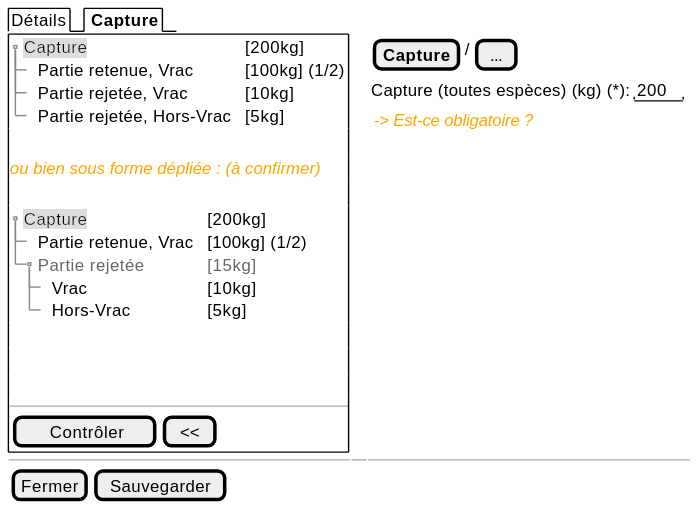
Above: projects/obsmer/spe/images/batch/batch-tree-control.svg in sumaris-net/sumaris-doc (PlantUML), before the change. Its source is kept beside it as projects/obsmer/spe/images/batch/batch-tree-control.puml.
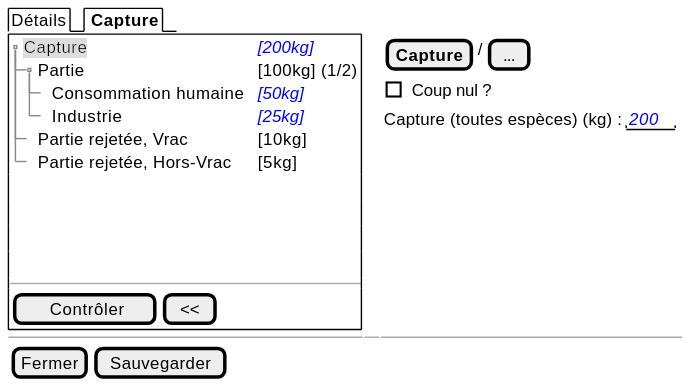
The same diagram one commit later.

Commit message:
enh(obsmer): Spe: add new screens for batch species

The edit, as a diff of the source:
```diff
@@ -3,21 +3,14 @@
   {/ Détails | <b> Capture }
   {+
     {T
-         + <back:#DDD>Capture         | [200kg]
-         ++ Partie retenue, Vrac      | [100kg] (1/2)
+         + <back:#DDD>Capture         | <i><color:blue>[200kg]
+         ++ Partie       | [100kg] (1/2)
+       +++ Consommation humaine | <i><color:blue>[50kg]
+       +++ Industrie | <i><color:blue>[25kg]
          ++ Partie rejetée, Vrac      | [10kg]
          ++ Partie rejetée, Hors-Vrac | [5kg]
     }
     .
-    <i><color:orange>ou bien sous forme dépliée : (à confirmer)
-    .
-    {T
-         + <back:#DDD>Capture           | [200kg]
-         ++ Partie retenue, Vrac        | [100kg] (1/2)
-         ++ <color:#666>Partie rejetée  | <color:#666>[15kg]
-         +++ Vrac                       | [10kg]
-         +++ Hors-Vrac                  | [5kg]
-    }
     .
     .
     .
@@ -29,8 +22,8 @@
 
    { [<b>Capture] | / | [...]}
 
-       {Capture (toutes espèces) (kg) (*): | " 200" }
-       <i><color:orange> -> Est-ce obligatoire ?
+       {[ ] Coup nul ? }
+       {Capture (toutes espèces) (kg) : | " <i><color:blue>200" }
   }
 
   -- | -- | --
```
